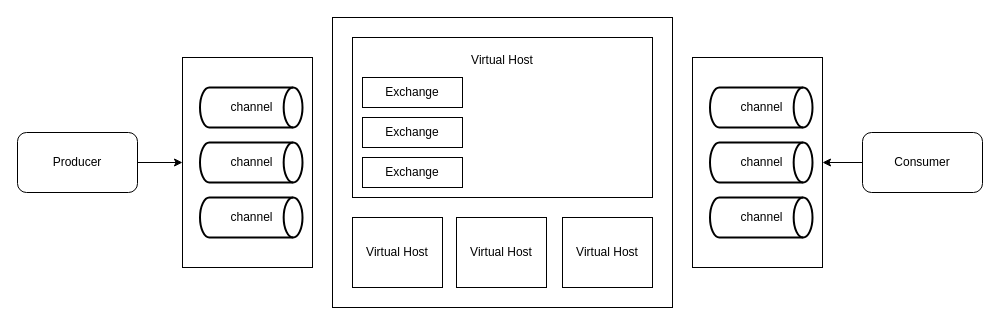
Earlier version of the draw.io diagram drawio/RabbitMQ/RabbitMQ 架构图.drawio (hezhuma/image-repo). Source tidied: cells renumbered, new cells numbered last; positions are measured from the earlier drawing's top-left corner, leaving out a move shared by most shapes. Both pictures are drawn from the tidied source at 100%, with x=0, y=0 at pixel (17, 17).
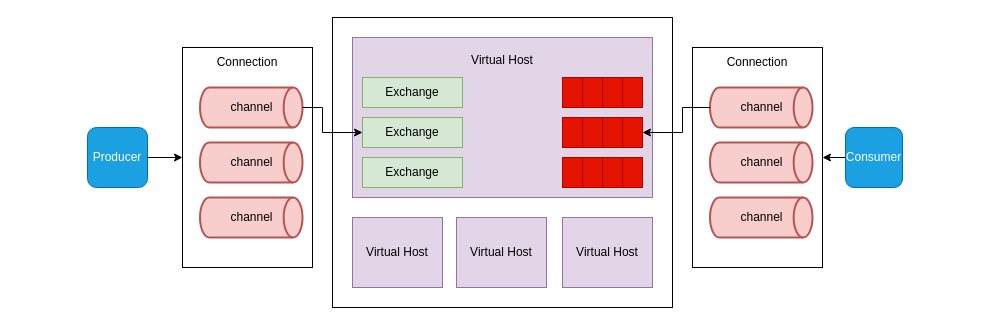
The same diagram, later.

What changed in the source:
```diff
@@
     <mxCell id="2" style="rounded=0;whiteSpace=wrap;html=1;" parent="1" vertex="1">
-      <mxGeometry x="165" y="40" width="130" height="210" as="geometry" />
+      <mxGeometry x="165" y="30" width="130" height="220" as="geometry" />
     </mxCell>
@@
-    <mxCell id="4" value="channel" style="strokeWidth=2;html=1;shape=mxgraph.flowchart.direct_data;whiteSpace=wrap;" parent="1" vertex="1">
+    <mxCell id="4" value="channel" style="strokeWidth=2;html=1;shape=mxgraph.flowchart.direct_data;whiteSpace=wrap;fillColor=#f8cecc;strokeColor=#b85450;" parent="1" vertex="1">
       <mxGeometry x="182.5" y="70" width="102.5" height="40" as="geometry" />
     </mxCell>
-    <mxCell id="5" value="channel" style="strokeWidth=2;html=1;shape=mxgraph.flowchart.direct_data;whiteSpace=wrap;" parent="1" vertex="1">
+    <mxCell id="5" value="channel" style="strokeWidth=2;html=1;shape=mxgraph.flowchart.direct_data;whiteSpace=wrap;fillColor=#f8cecc;strokeColor=#b85450;" parent="1" vertex="1">
       <mxGeometry x="182.5" y="125" width="102.5" height="40" as="geometry" />
     </mxCell>
-    <mxCell id="6" value="channel" style="strokeWidth=2;html=1;shape=mxgraph.flowchart.direct_data;whiteSpace=wrap;" parent="1" vertex="1">
+    <mxCell id="6" value="channel" style="strokeWidth=2;html=1;shape=mxgraph.flowchart.direct_data;whiteSpace=wrap;fillColor=#f8cecc;strokeColor=#b85450;" parent="1" vertex="1">
       <mxGeometry x="182.5" y="180" width="102.5" height="40" as="geometry" />
     </mxCell>
     <mxCell id="7" style="rounded=0;whiteSpace=wrap;html=1;" parent="1" vertex="1">
-      <mxGeometry x="675" y="40" width="130" height="210" as="geometry" />
+      <mxGeometry x="675" y="30" width="130" height="220" as="geometry" />
     </mxCell>
-    <mxCell id="8" value="channel" style="strokeWidth=2;html=1;shape=mxgraph.flowchart.direct_data;whiteSpace=wrap;" parent="1" vertex="1">
+    <mxCell id="8" value="channel" style="strokeWidth=2;html=1;shape=mxgraph.flowchart.direct_data;whiteSpace=wrap;fillColor=#f8cecc;strokeColor=#b85450;" parent="1" vertex="1">
       <mxGeometry x="692.5" y="70" width="102.5" height="40" as="geometry" />
     </mxCell>
-    <mxCell id="9" value="channel" style="strokeWidth=2;html=1;shape=mxgraph.flowchart.direct_data;whiteSpace=wrap;" parent="1" vertex="1">
+    <mxCell id="9" value="channel" style="strokeWidth=2;html=1;shape=mxgraph.flowchart.direct_data;whiteSpace=wrap;fillColor=#f8cecc;strokeColor=#b85450;" parent="1" vertex="1">
       <mxGeometry x="692.5" y="125" width="102.5" height="40" as="geometry" />
     </mxCell>
-    <mxCell id="10" value="channel" style="strokeWidth=2;html=1;shape=mxgraph.flowchart.direct_data;whiteSpace=wrap;" parent="1" vertex="1">
+    <mxCell id="10" value="channel" style="strokeWidth=2;html=1;shape=mxgraph.flowchart.direct_data;whiteSpace=wrap;fillColor=#f8cecc;strokeColor=#b85450;" parent="1" vertex="1">
       <mxGeometry x="692.5" y="180" width="102.5" height="40" as="geometry" />
     </mxCell>
-    <mxCell id="11" value="Producer" style="rounded=1;whiteSpace=wrap;html=1;" parent="1" vertex="1">
-      <mxGeometry y="115" width="120" height="60" as="geometry" />
+    <mxCell id="11" value="Producer" style="rounded=1;whiteSpace=wrap;html=1;fillColor=#1ba1e2;fontColor=#ffffff;strokeColor=#006EAF;" parent="1" vertex="1">
+      <mxGeometry x="70" y="110" width="60" height="60" as="geometry" />
     </mxCell>
-    <mxCell id="12" value="Consumer" style="rounded=1;whiteSpace=wrap;html=1;" parent="1" vertex="1">
-      <mxGeometry x="845" y="115" width="120" height="60" as="geometry" />
+    <mxCell id="12" value="Consumer" style="rounded=1;whiteSpace=wrap;html=1;fillColor=#1ba1e2;strokeColor=#006EAF;fontColor=#ffffff;" parent="1" vertex="1">
+      <mxGeometry x="828" y="110" width="57" height="60" as="geometry" />
     </mxCell>
-    <mxCell id="13" value="Virtual Host" style="rounded=0;whiteSpace=wrap;html=1;" parent="1" vertex="1">
+    <mxCell id="13" value="Virtual Host" style="rounded=0;whiteSpace=wrap;html=1;fillColor=#e1d5e7;strokeColor=#9673a6;" parent="1" vertex="1">
       <mxGeometry x="335" y="200" width="90" height="70" as="geometry" />
     </mxCell>
-    <mxCell id="14" value="Virtual Host" style="rounded=0;whiteSpace=wrap;html=1;" parent="1" vertex="1">
+    <mxCell id="14" value="Virtual Host" style="rounded=0;whiteSpace=wrap;html=1;fillColor=#e1d5e7;strokeColor=#9673a6;" parent="1" vertex="1">
       <mxGeometry x="439" y="200" width="90" height="70" as="geometry" />
     </mxCell>
-    <mxCell id="15" value="Virtual Host" style="rounded=0;whiteSpace=wrap;html=1;" parent="1" vertex="1">
+    <mxCell id="15" value="Virtual Host" style="rounded=0;whiteSpace=wrap;html=1;fillColor=#e1d5e7;strokeColor=#9673a6;" parent="1" vertex="1">
       <mxGeometry x="545" y="200" width="90" height="70" as="geometry" />
     </mxCell>
-    <mxCell id="16" value="Virtual Host&lt;br&gt;&lt;br&gt;&lt;br&gt;&lt;br&gt;&lt;br&gt;&lt;br&gt;&lt;br&gt;&lt;br&gt;&lt;br&gt;" style="rounded=0;whiteSpace=wrap;html=1;" parent="1" vertex="1">
+    <mxCell id="16" value="Virtual Host&lt;br&gt;&lt;br&gt;&lt;br&gt;&lt;br&gt;&lt;br&gt;&lt;br&gt;&lt;br&gt;&lt;br&gt;&lt;br&gt;" style="rounded=0;whiteSpace=wrap;html=1;fillColor=#e1d5e7;strokeColor=#9673a6;" parent="1" vertex="1">
       <mxGeometry x="335" y="20" width="300" height="160" as="geometry" />
     </mxCell>
@@
-    <mxCell id="19" value="Exchange" style="rounded=0;whiteSpace=wrap;html=1;" parent="1" vertex="1">
+    <mxCell id="19" value="Exchange" style="rounded=0;whiteSpace=wrap;html=1;fillColor=#d5e8d4;strokeColor=#82b366;" parent="1" vertex="1">
       <mxGeometry x="345" y="60" width="100" height="30" as="geometry" />
     </mxCell>
-    <mxCell id="20" value="Exchange" style="rounded=0;whiteSpace=wrap;html=1;" parent="1" vertex="1">
+    <mxCell id="20" value="Exchange" style="rounded=0;whiteSpace=wrap;html=1;fillColor=#d5e8d4;strokeColor=#82b366;" parent="1" vertex="1">
       <mxGeometry x="345" y="100" width="100" height="30" as="geometry" />
     </mxCell>
-    <mxCell id="21" value="Exchange" style="rounded=0;whiteSpace=wrap;html=1;" parent="1" vertex="1">
+    <mxCell id="21" value="Exchange" style="rounded=0;whiteSpace=wrap;html=1;fillColor=#d5e8d4;strokeColor=#82b366;" parent="1" vertex="1">
       <mxGeometry x="345" y="140" width="100" height="30" as="geometry" />
     </mxCell>
+    <mxCell id="22" style="rounded=0;whiteSpace=wrap;html=1;fillColor=#e51400;fontColor=#ffffff;strokeColor=#B20000;" parent="1" vertex="1">
+      <mxGeometry x="545" y="60" width="80" height="30" as="geometry" />
+    </mxCell>
+    <mxCell id="23" style="endArrow=none;html=1;rounded=0;exitX=0.5;exitY=1;exitDx=0;exitDy=0;entryX=0.5;entryY=0;entryDx=0;entryDy=0;fillColor=#e51400;strokeColor=#B20000;" parent="1" edge="1" source="22" target="22">
+      <mxGeometry relative="1" as="geometry" />
+    </mxCell>
+    <mxCell id="24" style="endArrow=none;html=1;rounded=0;exitX=0.75;exitY=1;exitDx=0;exitDy=0;entryX=0.75;entryY=0;entryDx=0;entryDy=0;fillColor=#e51400;strokeColor=#B20000;" parent="1" edge="1" source="22" target="22">
+      <mxGeometry relative="1" as="geometry" />
+    </mxCell>
+    <mxCell id="25" style="endArrow=none;html=1;rounded=0;exitX=0.25;exitY=1;exitDx=0;exitDy=0;entryX=0.25;entryY=0;entryDx=0;entryDy=0;fillColor=#e51400;strokeColor=#B20000;" parent="1" edge="1" source="22" target="22">
+      <mxGeometry relative="1" as="geometry" />
+    </mxCell>
+    <mxCell id="26" style="rounded=0;whiteSpace=wrap;html=1;fillColor=#e51400;fontColor=#ffffff;strokeColor=#B20000;" parent="1" vertex="1">
+      <mxGeometry x="545" y="100" width="80" height="30" as="geometry" />
+    </mxCell>
+    <mxCell id="27" style="endArrow=none;html=1;rounded=0;exitX=0.5;exitY=1;exitDx=0;exitDy=0;entryX=0.5;entryY=0;entryDx=0;entryDy=0;fillColor=#e51400;strokeColor=#B20000;" parent="1" edge="1" source="26" target="26">
+      <mxGeometry relative="1" as="geometry" />
+    </mxCell>
+    <mxCell id="28" style="endArrow=none;html=1;rounded=0;exitX=0.75;exitY=1;exitDx=0;exitDy=0;entryX=0.75;entryY=0;entryDx=0;entryDy=0;fillColor=#e51400;strokeColor=#B20000;" parent="1" edge="1" source="26" target="26">
+      <mxGeometry relative="1" as="geometry" />
+    </mxCell>
+    <mxCell id="29" style="endArrow=none;html=1;rounded=0;exitX=0.25;exitY=1;exitDx=0;exitDy=0;entryX=0.25;entryY=0;entryDx=0;entryDy=0;fillColor=#e51400;strokeColor=#B20000;" parent="1" edge="1" source="26" target="26">
+      <mxGeometry relative="1" as="geometry" />
+    </mxCell>
+    <mxCell id="30" style="rounded=0;whiteSpace=wrap;html=1;fillColor=#e51400;fontColor=#ffffff;strokeColor=#B20000;" parent="1" vertex="1">
+      <mxGeometry x="545" y="140" width="80" height="30" as="geometry" />
+    </mxCell>
+    <mxCell id="31" style="endArrow=none;html=1;rounded=0;exitX=0.5;exitY=1;exitDx=0;exitDy=0;entryX=0.5;entryY=0;entryDx=0;entryDy=0;fillColor=#e51400;strokeColor=#B20000;" parent="1" edge="1" source="30" target="30">
+      <mxGeometry relative="1" as="geometry" />
+    </mxCell>
+    <mxCell id="32" style="endArrow=none;html=1;rounded=0;exitX=0.75;exitY=1;exitDx=0;exitDy=0;entryX=0.75;entryY=0;entryDx=0;entryDy=0;fillColor=#e51400;strokeColor=#B20000;" parent="1" edge="1" source="30" target="30">
+      <mxGeometry relative="1" as="geometry" />
+    </mxCell>
+    <mxCell id="33" style="endArrow=none;html=1;rounded=0;exitX=0.25;exitY=1;exitDx=0;exitDy=0;entryX=0.25;entryY=0;entryDx=0;entryDy=0;fillColor=#e51400;strokeColor=#B20000;" parent="1" edge="1" source="30" target="30">
+      <mxGeometry relative="1" as="geometry" />
+    </mxCell>
+    <mxCell id="34" style="edgeStyle=orthogonalEdgeStyle;rounded=0;jettySize=auto;html=1;entryX=1;entryY=0.5;entryDx=0;entryDy=0;" parent="1" edge="1" source="8" target="26">
+      <mxGeometry relative="1" as="geometry">
+        <Array as="points">
+          <mxPoint x="665" y="90" />
+          <mxPoint x="665" y="115" />
+        </Array>
+      </mxGeometry>
+    </mxCell>
+    <mxCell id="35" style="edgeStyle=orthogonalEdgeStyle;rounded=0;jettySize=auto;html=1;entryX=0;entryY=0.5;entryDx=0;entryDy=0;" parent="1" edge="1" source="4" target="20">
+      <mxGeometry relative="1" as="geometry">
+        <Array as="points">
+          <mxPoint x="305" y="90" />
+          <mxPoint x="305" y="115" />
+        </Array>
+      </mxGeometry>
+    </mxCell>
+    <mxCell id="36" value="Connection" style="text;html=1;strokeColor=none;fillColor=none;align=center;verticalAlign=middle;whiteSpace=wrap;rounded=0;" parent="1" vertex="1">
+      <mxGeometry x="200" y="30" width="60" height="30" as="geometry" />
+    </mxCell>
+    <mxCell id="37" value="Connection" style="text;html=1;strokeColor=none;fillColor=none;align=center;verticalAlign=middle;whiteSpace=wrap;rounded=0;" parent="1" vertex="1">
+      <mxGeometry x="710" y="30" width="60" height="30" as="geometry" />
+    </mxCell>
```
